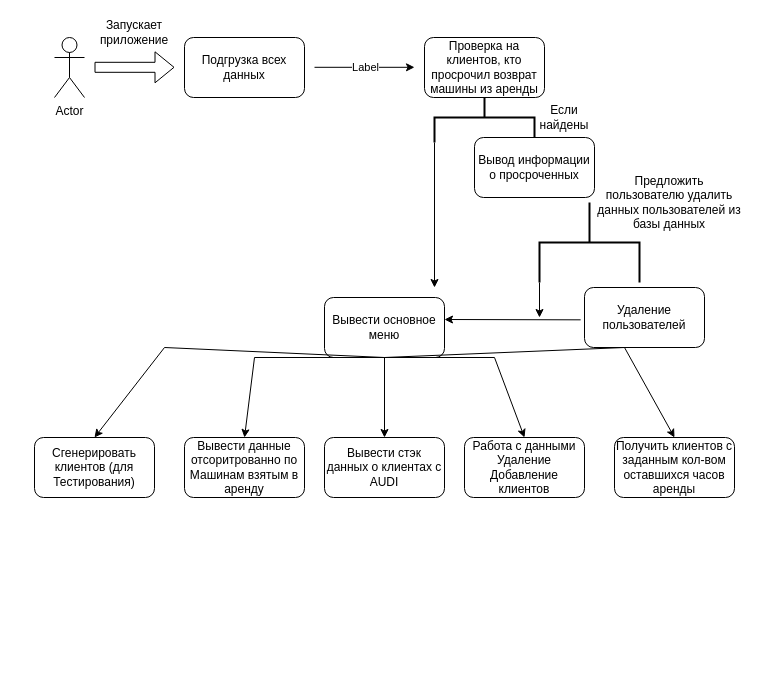
MaximRodichev/Base-of-Algorithmisation-and-Programming keeps this draw.io diagram as Practice 27-28.drawio. Above is the earlier version. Source tidied: cells renumbered, new cells numbered last; positions are measured from the earlier drawing's top-left corner, leaving out a move shared by most shapes. Both pictures are drawn from the tidied source at 100%, with x=0, y=0 at pixel (34, 17).
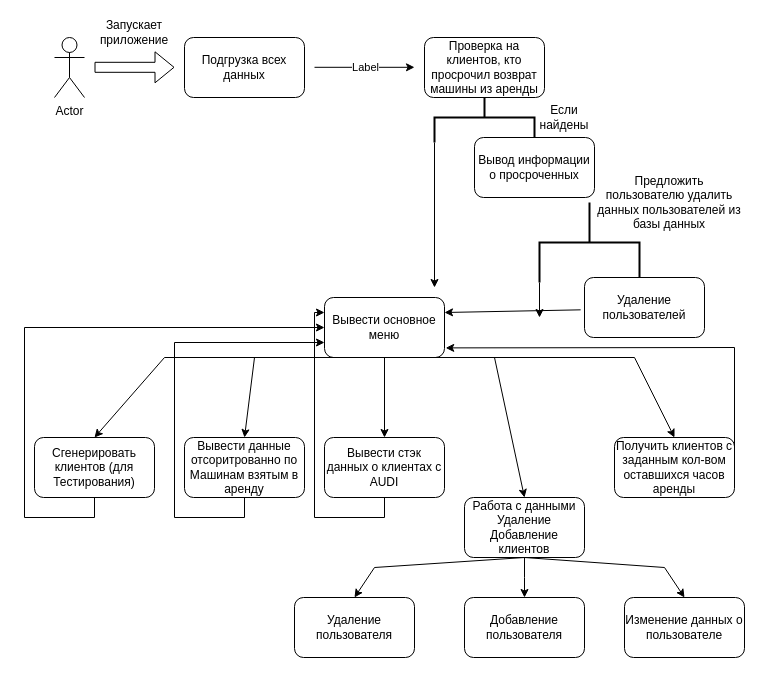
Above is the later version.

The change refers to these unchanged cells:
```xml
<mxCell id="18" value="Вывести основное меню" style="rounded=1;whiteSpace=wrap;html=1;" parent="1" vertex="1">
  <mxGeometry x="290" y="280" width="120" height="60" as="geometry" />
</mxCell>
<mxCell id="19" value="Сгенерировать клиентов (для Тестирования)" style="rounded=1;whiteSpace=wrap;html=1;" parent="1" vertex="1">
  <mxGeometry y="420" width="120" height="60" as="geometry" />
</mxCell>
<mxCell id="21" value="Вывести данные отсоритрованно по Машинам взятым в аренду" style="rounded=1;whiteSpace=wrap;html=1;" parent="1" vertex="1">
  <mxGeometry x="150" y="420" width="120" height="60" as="geometry" />
</mxCell>
<mxCell id="23" value="Вывести стэк данных о клиентах с AUDI" style="rounded=1;whiteSpace=wrap;html=1;" parent="1" vertex="1">
  <mxGeometry x="290" y="420" width="120" height="60" as="geometry" />
</mxCell>
<mxCell id="27" value="Получить клиентов с заданным кол-вом оставшихся часов аренды" style="rounded=1;whiteSpace=wrap;html=1;" parent="1" vertex="1">
  <mxGeometry x="580" y="420" width="120" height="60" as="geometry" />
</mxCell>
```

The edit, as a diff of the source:
```diff
@@
     <mxCell id="14" value="Удаление пользователей" style="rounded=1;whiteSpace=wrap;html=1;" parent="1" vertex="1">
-      <mxGeometry x="550" y="270" width="120" height="60" as="geometry" />
+      <mxGeometry x="550" y="260" width="120" height="60" as="geometry" />
     </mxCell>
-    <mxCell id="15" style="endArrow=classic;html=1;rounded=0;exitX=-0.032;exitY=0.539;exitDx=0;exitDy=0;exitPerimeter=0;" parent="1" edge="1" source="14">
-      <mxGeometry relative="1" as="geometry">
-        <mxPoint x="410" y="302" as="targetPoint" />
-      </mxGeometry>
+    <mxCell id="15" style="endArrow=classic;html=1;rounded=0;exitX=-0.032;exitY=0.539;exitDx=0;exitDy=0;exitPerimeter=0;entryX=1;entryY=0.25;entryDx=0;entryDy=0;" parent="1" edge="1" source="14" target="18">
+      <mxGeometry relative="1" as="geometry" />
     </mxCell>
@@
     <mxCell id="20" style="endArrow=classic;html=1;rounded=0;exitX=0.5;exitY=1;exitDx=0;exitDy=0;entryX=0.5;entryY=0;entryDx=0;entryDy=0;" parent="1" edge="1" source="18" target="19">
       <mxGeometry relative="1" as="geometry">
         <Array as="points">
-          <mxPoint x="130" y="330" />
+          <mxPoint x="130" y="340" />
         </Array>
       </mxGeometry>
     </mxCell>
@@
     <mxCell id="25" value="Работа с данными&lt;br&gt;Удаление Добавление клиентов" style="rounded=1;whiteSpace=wrap;html=1;" parent="1" vertex="1">
-      <mxGeometry x="430" y="420" width="120" height="60" as="geometry" />
+      <mxGeometry x="430" y="480" width="120" height="60" as="geometry" />
     </mxCell>
@@
     <mxCell id="28" style="endArrow=classic;html=1;rounded=0;entryX=0.5;entryY=0;entryDx=0;entryDy=0;exitX=0.5;exitY=1;exitDx=0;exitDy=0;" parent="1" edge="1" source="18" target="27">
       <mxGeometry relative="1" as="geometry">
         <Array as="points">
-          <mxPoint x="590" y="330" />
+          <mxPoint x="600" y="340" />
         </Array>
       </mxGeometry>
     </mxCell>
+    <mxCell id="29" style="endArrow=classic;html=1;rounded=0;exitX=0.5;exitY=1;exitDx=0;exitDy=0;entryX=0.5;entryY=0;entryDx=0;entryDy=0;" parent="1" edge="1" source="25" target="30">
+      <mxGeometry relative="1" as="geometry">
+        <Array as="points">
+          <mxPoint x="340" y="550" />
+        </Array>
+      </mxGeometry>
+    </mxCell>
+    <mxCell id="30" value="Удаление пользователя" style="rounded=1;whiteSpace=wrap;html=1;" parent="1" vertex="1">
+      <mxGeometry x="260" y="580" width="120" height="60" as="geometry" />
+    </mxCell>
+    <mxCell id="31" value="Добавление пользователя" style="rounded=1;whiteSpace=wrap;html=1;" parent="1" vertex="1">
+      <mxGeometry x="430" y="580" width="120" height="60" as="geometry" />
+    </mxCell>
+    <mxCell id="32" value="Изменение данных о пользователе" style="rounded=1;whiteSpace=wrap;html=1;" parent="1" vertex="1">
+      <mxGeometry x="590" y="580" width="120" height="60" as="geometry" />
+    </mxCell>
+    <mxCell id="33" style="endArrow=classic;html=1;rounded=0;exitX=0.5;exitY=1;exitDx=0;exitDy=0;entryX=0.5;entryY=0;entryDx=0;entryDy=0;" parent="1" edge="1" source="25" target="31">
+      <mxGeometry relative="1" as="geometry">
+        <Array as="points">
+          <mxPoint x="490" y="560" />
+        </Array>
+      </mxGeometry>
+    </mxCell>
+    <mxCell id="34" style="endArrow=classic;html=1;rounded=0;exitX=0.5;exitY=1;exitDx=0;exitDy=0;entryX=0.5;entryY=0;entryDx=0;entryDy=0;" parent="1" edge="1" source="25" target="32">
+      <mxGeometry relative="1" as="geometry">
+        <Array as="points">
+          <mxPoint x="630" y="550" />
+        </Array>
+      </mxGeometry>
+    </mxCell>
+    <mxCell id="35" style="endArrow=classic;html=1;rounded=0;exitX=0.5;exitY=1;exitDx=0;exitDy=0;entryX=0;entryY=0.5;entryDx=0;entryDy=0;" parent="1" edge="1" source="19" target="18">
+      <mxGeometry relative="1" as="geometry">
+        <Array as="points">
+          <mxPoint x="60" y="500" />
+          <mxPoint x="-10" y="500" />
+          <mxPoint x="-10" y="310" />
+        </Array>
+      </mxGeometry>
+    </mxCell>
+    <mxCell id="36" style="endArrow=classic;html=1;rounded=0;exitX=0.5;exitY=1;exitDx=0;exitDy=0;entryX=0;entryY=0.75;entryDx=0;entryDy=0;" parent="1" edge="1" source="21" target="18">
+      <mxGeometry relative="1" as="geometry">
+        <Array as="points">
+          <mxPoint x="210" y="500" />
+          <mxPoint x="140" y="500" />
+          <mxPoint x="140" y="325" />
+        </Array>
+      </mxGeometry>
+    </mxCell>
+    <mxCell id="37" style="endArrow=classic;html=1;rounded=0;entryX=0;entryY=0.25;entryDx=0;entryDy=0;exitX=0.5;exitY=1;exitDx=0;exitDy=0;" parent="1" edge="1" source="23" target="18">
+      <mxGeometry relative="1" as="geometry">
+        <Array as="points">
+          <mxPoint x="350" y="500" />
+          <mxPoint x="280" y="500" />
+          <mxPoint x="280" y="295" />
+        </Array>
+      </mxGeometry>
+    </mxCell>
+    <mxCell id="38" style="endArrow=classic;html=1;rounded=0;exitX=1;exitY=0.5;exitDx=0;exitDy=0;entryX=1.01;entryY=0.84;entryDx=0;entryDy=0;entryPerimeter=0;" parent="1" edge="1" source="27" target="18">
+      <mxGeometry relative="1" as="geometry">
+        <Array as="points">
+          <mxPoint x="700" y="330" />
+        </Array>
+      </mxGeometry>
+    </mxCell>
```
